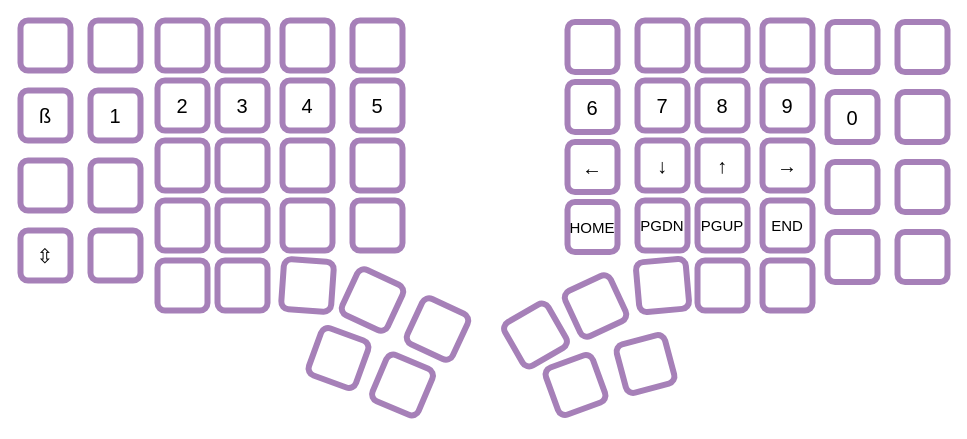
This is page "Raise-navi" (8 of 16) of layouts.drawio from maxistar/dacty, a draw.io file, before an edit. Source tidied: cells renumbered, new cells numbered last; positions are measured from the earlier drawing's top-left corner, leaving out a move shared by most shapes. Both pictures are drawn from the tidied source at 100%, with x=0, y=0 at pixel (20, 20).
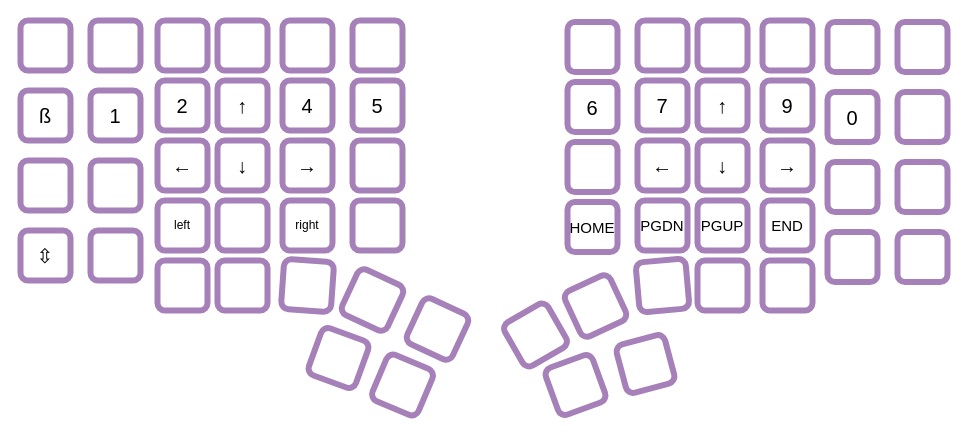
The same page after the edit.

Diff of the diagram source:
```diff
@@
-    <mxCell id="12" style="rounded=1;whiteSpace=wrap;html=1;strokeWidth=6;strokeColor=#A680B8;" parent="1" vertex="1">
+    <mxCell id="12" value="&lt;span style=&quot;font-size: 20px;&quot;&gt;←&lt;/span&gt;" style="rounded=1;whiteSpace=wrap;html=1;strokeWidth=6;strokeColor=#A680B8;" parent="1" vertex="1">
       <mxGeometry x="137" y="120" width="50" height="50" as="geometry" />
     </mxCell>
-    <mxCell id="13" style="rounded=1;whiteSpace=wrap;html=1;strokeWidth=6;strokeColor=#A680B8;" parent="1" vertex="1">
+    <mxCell id="13" value="left" style="rounded=1;whiteSpace=wrap;html=1;strokeWidth=6;strokeColor=#A680B8;" parent="1" vertex="1">
       <mxGeometry x="137" y="180" width="50" height="50" as="geometry" />
     </mxCell>
@@
-    <mxCell id="16" value="&lt;font style=&quot;font-size: 20px;&quot;&gt;3&lt;/font&gt;" style="rounded=1;whiteSpace=wrap;html=1;strokeWidth=6;strokeColor=#A680B8;" parent="1" vertex="1">
+    <mxCell id="16" value="&lt;span style=&quot;font-size: 20px;&quot;&gt;↑&lt;/span&gt;" style="rounded=1;whiteSpace=wrap;html=1;strokeWidth=6;strokeColor=#A680B8;" parent="1" vertex="1">
       <mxGeometry x="197" y="60" width="50" height="50" as="geometry" />
     </mxCell>
-    <mxCell id="17" style="rounded=1;whiteSpace=wrap;html=1;strokeWidth=6;strokeColor=#A680B8;" parent="1" vertex="1">
+    <mxCell id="17" value="&lt;span style=&quot;font-size: 20px;&quot;&gt;↓&lt;/span&gt;" style="rounded=1;whiteSpace=wrap;html=1;strokeWidth=6;strokeColor=#A680B8;" parent="1" vertex="1">
       <mxGeometry x="197" y="120" width="50" height="50" as="geometry" />
     </mxCell>
@@
-    <mxCell id="21" style="rounded=1;whiteSpace=wrap;html=1;strokeWidth=6;strokeColor=#A680B8;" parent="1" vertex="1">
+    <mxCell id="21" value="&lt;span style=&quot;font-size: 20px;&quot;&gt;→&lt;/span&gt;" style="rounded=1;whiteSpace=wrap;html=1;strokeWidth=6;strokeColor=#A680B8;" parent="1" vertex="1">
       <mxGeometry x="262" y="120" width="50" height="50" as="geometry" />
     </mxCell>
-    <mxCell id="22" style="rounded=1;whiteSpace=wrap;html=1;strokeWidth=6;strokeColor=#A680B8;" parent="1" vertex="1">
+    <mxCell id="22" value="right" style="rounded=1;whiteSpace=wrap;html=1;strokeWidth=6;strokeColor=#A680B8;" parent="1" vertex="1">
       <mxGeometry x="262" y="180" width="50" height="50" as="geometry" />
     </mxCell>
@@
-    <mxCell id="42" value="&lt;font face=&quot;Helvetica&quot; style=&quot;font-size: 20px;&quot;&gt;←&lt;/font&gt;" style="rounded=1;whiteSpace=wrap;html=1;strokeWidth=6;strokeColor=#A680B8;" parent="1" vertex="1">
+    <mxCell id="42" style="rounded=1;whiteSpace=wrap;html=1;strokeWidth=6;strokeColor=#A680B8;" parent="1" vertex="1">
       <mxGeometry x="547" y="121.5" width="50" height="50" as="geometry" />
     </mxCell>
@@
-    <mxCell id="46" value="&lt;font face=&quot;Helvetica&quot; style=&quot;font-size: 20px;&quot;&gt;↓&lt;/font&gt;" style="rounded=1;whiteSpace=wrap;html=1;strokeWidth=6;strokeColor=#A680B8;" parent="1" vertex="1">
+    <mxCell id="46" value="&lt;span style=&quot;font-size: 20px;&quot;&gt;←&lt;/span&gt;" style="rounded=1;whiteSpace=wrap;html=1;strokeWidth=6;strokeColor=#A680B8;" parent="1" vertex="1">
       <mxGeometry x="617" y="120" width="50" height="50" as="geometry" />
     </mxCell>
@@
-    <mxCell id="50" value="&lt;font style=&quot;font-size: 20px;&quot;&gt;8&lt;/font&gt;" style="rounded=1;whiteSpace=wrap;html=1;strokeWidth=6;strokeColor=#A680B8;" parent="1" vertex="1">
+    <mxCell id="50" value="&lt;span style=&quot;font-size: 20px;&quot;&gt;↑&lt;/span&gt;" style="rounded=1;whiteSpace=wrap;html=1;strokeWidth=6;strokeColor=#A680B8;" parent="1" vertex="1">
       <mxGeometry x="677" y="60" width="50" height="50" as="geometry" />
     </mxCell>
-    <mxCell id="51" value="&lt;font face=&quot;Helvetica&quot; style=&quot;font-size: 20px;&quot;&gt;↑&lt;/font&gt;" style="rounded=1;whiteSpace=wrap;html=1;strokeWidth=6;strokeColor=#A680B8;" parent="1" vertex="1">
+    <mxCell id="51" value="&lt;span style=&quot;font-size: 20px;&quot;&gt;↓&lt;/span&gt;" style="rounded=1;whiteSpace=wrap;html=1;strokeWidth=6;strokeColor=#A680B8;" parent="1" vertex="1">
       <mxGeometry x="677" y="120" width="50" height="50" as="geometry" />
     </mxCell>
```
